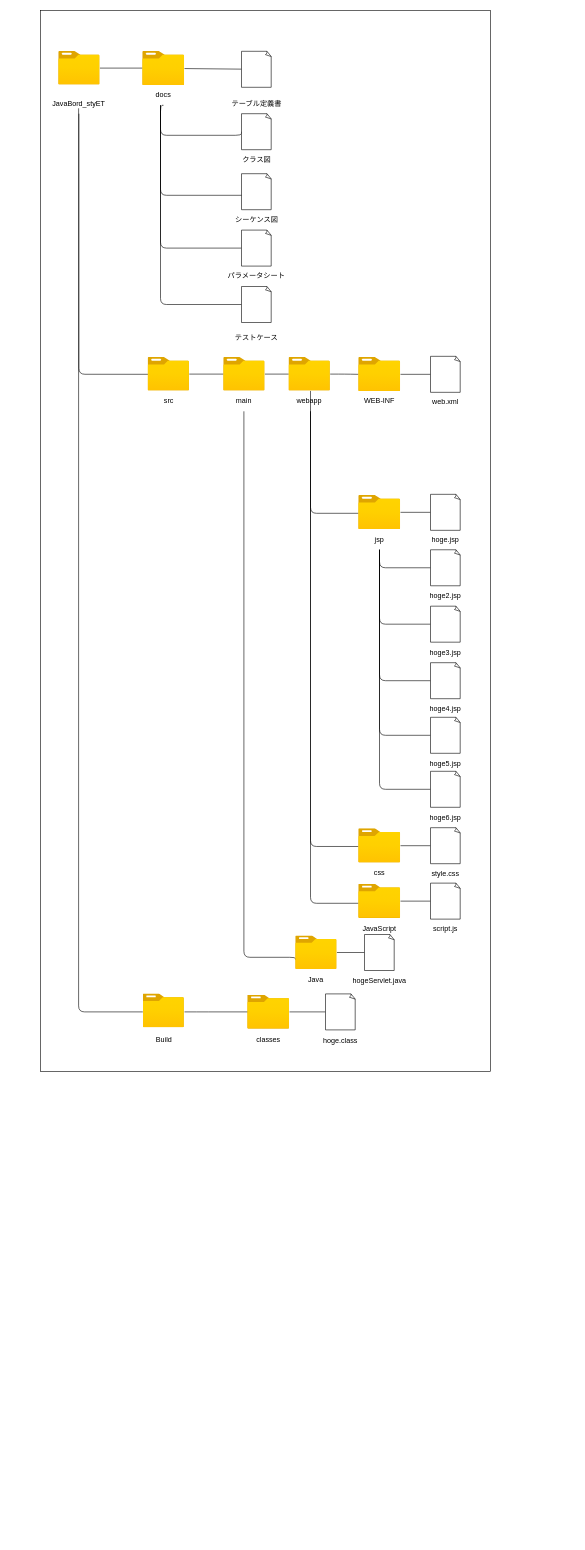
MasayaTakubo/JavaBoard_styET keeps this draw.io diagram as docs/JavaBordディレクトリ構成図.dio. Above is the earlier version. Source tidied: cells renumbered, new cells numbered last; positions are measured from the earlier drawing's top-left corner, leaving out a move shared by most shapes. Both pictures are drawn from the tidied source at 60%, with x=0, y=0 at pixel (40, 10).
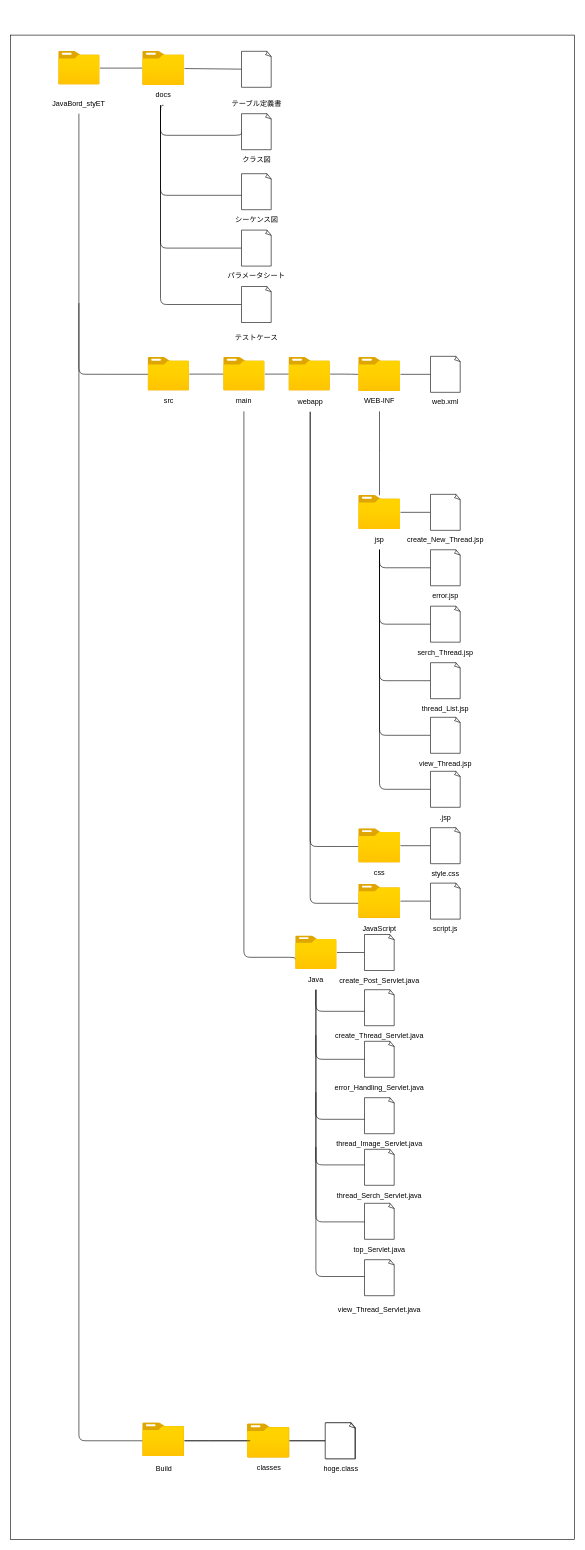
After the change.

Unchanged cells that the change refers to:
```xml
<mxCell id="34" style="html=1;points=[];align=center;image;fontSize=12;image=img/lib/azure2/general/Folder_Blank.svg;" parent="1" vertex="1">
  <mxGeometry x="413.8" y="578" width="69" height="56" as="geometry" />
</mxCell>
<mxCell id="40" value="WEB-INF" style="text;html=1;strokeColor=none;fillColor=none;align=center;verticalAlign=middle;whiteSpace=wrap;rounded=0;" parent="1" vertex="1">
  <mxGeometry x="530" y="634" width="70" height="34" as="geometry" />
</mxCell>
<mxCell id="46" style="html=1;points=[];align=center;image;fontSize=12;image=img/lib/azure2/general/Folder_Blank.svg;" parent="1" vertex="1">
  <mxGeometry x="530" y="808" width="70" height="56.8" as="geometry" />
</mxCell>
<mxCell id="66" style="html=1;points=[];align=center;image;fontSize=12;image=img/lib/azure2/general/Folder_Blank.svg;" parent="1" vertex="1">
  <mxGeometry x="530" y="1363.6" width="70" height="56.8" as="geometry" />
</mxCell>
<mxCell id="71" style="html=1;points=[];align=center;image;fontSize=12;image=img/lib/azure2/general/Folder_Blank.svg;" parent="1" vertex="1">
  <mxGeometry x="530" y="1456" width="70" height="56.8" as="geometry" />
</mxCell>
<mxCell id="77" value="Java" style="text;html=1;strokeColor=none;fillColor=none;align=center;verticalAlign=middle;whiteSpace=wrap;rounded=0;" parent="1" vertex="1">
  <mxGeometry x="424" y="1598" width="70" height="34" as="geometry" />
</mxCell>
```

The edit, as a diff of the source:
```diff
@@
     <mxCell id="2" style="whiteSpace=wrap;html=1;" parent="1" vertex="1">
-      <mxGeometry width="750" height="1768" as="geometry" />
+      <mxGeometry x="-50" y="41" width="940" height="2507" as="geometry" />
     </mxCell>
@@
-    <mxCell id="33" style="edgeStyle=orthogonalEdgeStyle;html=1;entryX=-0.003;entryY=0.523;entryDx=0;entryDy=0;entryPerimeter=0;endArrow=none;endFill=0;" parent="1" edge="1" source="34" target="66">
+    <mxCell id="33" style="edgeStyle=orthogonalEdgeStyle;html=1;entryX=-0.003;entryY=0.523;entryDx=0;entryDy=0;entryPerimeter=0;endArrow=none;endFill=0;startArrow=none;" parent="1" edge="1" source="37" target="66">
       <mxGeometry relative="1" as="geometry">
         <Array as="points">
           <mxPoint x="450" y="1393" />
         </Array>
       </mxGeometry>
     </mxCell>
@@
-    <mxCell id="35" style="edgeStyle=orthogonalEdgeStyle;html=1;endArrow=none;endFill=0;" parent="1" edge="1" source="37" target="46">
+    <mxCell id="35" style="edgeStyle=orthogonalEdgeStyle;html=1;endArrow=none;endFill=0;exitX=0.5;exitY=1;exitDx=0;exitDy=0;" parent="1" edge="1" source="40" target="46">
       <mxGeometry relative="1" as="geometry">
         <Array as="points">
-          <mxPoint x="450" y="838" />
+          <mxPoint x="565" y="728" />
+          <mxPoint x="565" y="728" />
         </Array>
       </mxGeometry>
     </mxCell>
-    <mxCell id="36" style="edgeStyle=orthogonalEdgeStyle;html=1;entryX=0;entryY=0.563;entryDx=0;entryDy=0;entryPerimeter=0;endArrow=none;endFill=0;" parent="1" edge="1" source="37" target="71">
+    <mxCell id="36" style="edgeStyle=orthogonalEdgeStyle;html=1;entryX=0;entryY=0.563;entryDx=0;entryDy=0;entryPerimeter=0;endArrow=none;endFill=0;exitX=0.5;exitY=1;exitDx=0;exitDy=0;" parent="1" edge="1" source="37">
       <mxGeometry relative="1" as="geometry">
+        <mxPoint x="530" y="1488" as="targetPoint" />
         <Array as="points">
+          <mxPoint x="450" y="668" />
           <mxPoint x="450" y="1488" />
         </Array>
       </mxGeometry>
     </mxCell>
-    <mxCell id="37" value="webapp" style="text;html=1;strokeColor=none;fillColor=none;align=center;verticalAlign=middle;whiteSpace=wrap;rounded=0;" parent="1" vertex="1">
-      <mxGeometry x="412.8" y="634" width="70" height="34" as="geometry" />
-    </mxCell>
@@
     <mxCell id="43" value="classes" style="text;html=1;strokeColor=none;fillColor=none;align=center;verticalAlign=middle;whiteSpace=wrap;rounded=0;" parent="1" vertex="1">
-      <mxGeometry x="345" y="1698.2" width="70" height="34" as="geometry" />
+      <mxGeometry x="345.5" y="2412.2" width="70" height="34" as="geometry" />
     </mxCell>
     <mxCell id="44" value="hoge.class" style="text;html=1;strokeColor=none;fillColor=none;align=center;verticalAlign=middle;whiteSpace=wrap;rounded=0;" parent="1" vertex="1">
-      <mxGeometry x="465" y="1699.8" width="70" height="34" as="geometry" />
+      <mxGeometry x="465.5" y="2413.8" width="70" height="34" as="geometry" />
     </mxCell>
@@
-    <mxCell id="54" value="hoge.jsp" style="text;html=1;strokeColor=none;fillColor=none;align=center;verticalAlign=middle;whiteSpace=wrap;rounded=0;" parent="1" vertex="1">
+    <mxCell id="54" value="create_New_Thread.jsp" style="text;html=1;strokeColor=none;fillColor=none;align=center;verticalAlign=middle;whiteSpace=wrap;rounded=0;" parent="1" vertex="1">
       <mxGeometry x="640" y="866.4" width="70" height="34" as="geometry" />
     </mxCell>
@@
-    <mxCell id="56" value="hoge2.jsp" style="text;html=1;strokeColor=none;fillColor=none;align=center;verticalAlign=middle;whiteSpace=wrap;rounded=0;" parent="1" vertex="1">
+    <mxCell id="56" value="error.jsp" style="text;html=1;strokeColor=none;fillColor=none;align=center;verticalAlign=middle;whiteSpace=wrap;rounded=0;" parent="1" vertex="1">
       <mxGeometry x="640" y="958.8" width="70" height="34" as="geometry" />
     </mxCell>
@@
-    <mxCell id="58" value="hoge3.jsp" style="text;html=1;strokeColor=none;fillColor=none;align=center;verticalAlign=middle;whiteSpace=wrap;rounded=0;" parent="1" vertex="1">
+    <mxCell id="58" value="serch_Thread.jsp" style="text;html=1;strokeColor=none;fillColor=none;align=center;verticalAlign=middle;whiteSpace=wrap;rounded=0;" parent="1" vertex="1">
       <mxGeometry x="640" y="1052.8" width="70" height="34" as="geometry" />
     </mxCell>
@@
-    <mxCell id="60" value="hoge4.jsp" style="text;html=1;strokeColor=none;fillColor=none;align=center;verticalAlign=middle;whiteSpace=wrap;rounded=0;" parent="1" vertex="1">
+    <mxCell id="60" value="thread_List.jsp" style="text;html=1;strokeColor=none;fillColor=none;align=center;verticalAlign=middle;whiteSpace=wrap;rounded=0;" parent="1" vertex="1">
       <mxGeometry x="640" y="1147" width="70" height="34" as="geometry" />
     </mxCell>
@@
-    <mxCell id="62" value="hoge5.jsp" style="text;html=1;strokeColor=none;fillColor=none;align=center;verticalAlign=middle;whiteSpace=wrap;rounded=0;" parent="1" vertex="1">
+    <mxCell id="62" value="view_Thread.jsp" style="text;html=1;strokeColor=none;fillColor=none;align=center;verticalAlign=middle;whiteSpace=wrap;rounded=0;" parent="1" vertex="1">
       <mxGeometry x="640" y="1238" width="70" height="34" as="geometry" />
     </mxCell>
@@
-    <mxCell id="64" value="hoge6.jsp" style="text;html=1;strokeColor=none;fillColor=none;align=center;verticalAlign=middle;whiteSpace=wrap;rounded=0;" parent="1" vertex="1">
+    <mxCell id="64" value=".jsp" style="text;html=1;strokeColor=none;fillColor=none;align=center;verticalAlign=middle;whiteSpace=wrap;rounded=0;" parent="1" vertex="1">
       <mxGeometry x="640" y="1328" width="70" height="34" as="geometry" />
     </mxCell>
@@
-    <mxCell id="79" value="hogeServlet.java" style="text;html=1;strokeColor=none;fillColor=none;align=center;verticalAlign=middle;whiteSpace=wrap;rounded=0;" parent="1" vertex="1">
+    <mxCell id="79" value="create_Post_Servlet.java" style="text;html=1;strokeColor=none;fillColor=none;align=center;verticalAlign=middle;whiteSpace=wrap;rounded=0;" parent="1" vertex="1">
       <mxGeometry x="530" y="1600" width="70" height="34" as="geometry" />
     </mxCell>
     <mxCell id="80" style="html=1;align=center;image;fontSize=12;image=img/lib/azure2/general/Folder_Blank.svg;" parent="1" vertex="1">
-      <mxGeometry x="170.5" y="1639" width="69" height="56" as="geometry" />
+      <mxGeometry x="171" y="2353.8" width="69" height="56" as="geometry" />
     </mxCell>
-    <mxCell id="81" style="edgeStyle=orthogonalEdgeStyle;html=1;endArrow=none;endFill=0;" parent="1" edge="1">
+    <mxCell id="81" style="edgeStyle=orthogonalEdgeStyle;html=1;endArrow=none;endFill=0;exitX=0.5;exitY=1;exitDx=0;exitDy=0;" parent="1" edge="1">
       <mxGeometry relative="1" as="geometry">
-        <mxPoint x="63.5" y="163" as="sourcePoint" />
-        <mxPoint x="170.5" y="1669" as="targetPoint" />
+        <mxPoint x="64" y="487.8" as="sourcePoint" />
+        <mxPoint x="171" y="2383.8" as="targetPoint" />
         <Array as="points">
-          <mxPoint x="63.5" y="1669" />
-          <mxPoint x="170.5" y="1669" />
+          <mxPoint x="64" y="2383.8" />
         </Array>
       </mxGeometry>
     </mxCell>
     <mxCell id="82" value="Build" style="text;html=1;strokeColor=none;fillColor=none;align=center;verticalAlign=middle;whiteSpace=wrap;rounded=0;" parent="1" vertex="1">
-      <mxGeometry x="170.5" y="1699" width="70" height="34" as="geometry" />
+      <mxGeometry x="171" y="2413" width="70" height="34" as="geometry" />
     </mxCell>
     <mxCell id="83" style="edgeStyle=orthogonalEdgeStyle;html=1;endArrow=none;endFill=0;" parent="1" edge="1">
       <mxGeometry relative="1" as="geometry">
-        <mxPoint x="240" y="1669" as="sourcePoint" />
-        <mxPoint x="350" y="1669" as="targetPoint" />
+        <mxPoint x="240.5" y="2383.8" as="sourcePoint" />
+        <mxPoint x="350.5" y="2383.8" as="targetPoint" />
         <Array as="points">
-          <mxPoint x="270" y="1668.6" />
+          <mxPoint x="270.5" y="2383.4" />
         </Array>
       </mxGeometry>
     </mxCell>
@@
     <mxCell id="85" style="html=1;points=[];align=center;image;fontSize=12;image=img/lib/azure2/general/Folder_Blank.svg;" parent="1" vertex="1">
-      <mxGeometry x="345" y="1640.6" width="70" height="56.8" as="geometry" />
+      <mxGeometry x="345.5" y="2355.4" width="70" height="56.8" as="geometry" />
     </mxCell>
     <mxCell id="86" style="whiteSpace=wrap;html=1;shape=mxgraph.basic.document;" parent="1" vertex="1">
-      <mxGeometry x="475" y="1639" width="50" height="60" as="geometry" />
+      <mxGeometry x="475.5" y="2353.8" width="50" height="60" as="geometry" />
     </mxCell>
+    <mxCell id="87" style="whiteSpace=wrap;html=1;shape=mxgraph.basic.document;" parent="1" vertex="1">
+      <mxGeometry x="540" y="1632" width="50" height="60" as="geometry" />
+    </mxCell>
+    <mxCell id="88" style="whiteSpace=wrap;html=1;shape=mxgraph.basic.document;" parent="1" vertex="1">
+      <mxGeometry x="540" y="1718" width="50" height="60" as="geometry" />
+    </mxCell>
+    <mxCell id="89" value="create_Thread_Servlet.java" style="text;html=1;strokeColor=none;fillColor=none;align=center;verticalAlign=middle;whiteSpace=wrap;rounded=0;" parent="1" vertex="1">
+      <mxGeometry x="530" y="1692" width="70" height="34" as="geometry" />
+    </mxCell>
+    <mxCell id="90" value="error_Handling_Servlet.java" style="text;html=1;strokeColor=none;fillColor=none;align=center;verticalAlign=middle;whiteSpace=wrap;rounded=0;" parent="1" vertex="1">
+      <mxGeometry x="530" y="1778" width="70" height="34" as="geometry" />
+    </mxCell>
+    <mxCell id="91" style="whiteSpace=wrap;html=1;shape=mxgraph.basic.document;" parent="1" vertex="1">
+      <mxGeometry x="540" y="1812" width="50" height="60" as="geometry" />
+    </mxCell>
+    <mxCell id="92" value="thread_Image_Servlet.java" style="text;html=1;strokeColor=none;fillColor=none;align=center;verticalAlign=middle;whiteSpace=wrap;rounded=0;" parent="1" vertex="1">
+      <mxGeometry x="530" y="1872" width="70" height="34" as="geometry" />
+    </mxCell>
+    <mxCell id="93" style="whiteSpace=wrap;html=1;shape=mxgraph.basic.document;" parent="1" vertex="1">
+      <mxGeometry x="540" y="1898" width="50" height="60" as="geometry" />
+    </mxCell>
+    <mxCell id="94" value="thread_Serch_Servlet.java" style="text;html=1;strokeColor=none;fillColor=none;align=center;verticalAlign=middle;whiteSpace=wrap;rounded=0;" parent="1" vertex="1">
+      <mxGeometry x="530" y="1958" width="70" height="34" as="geometry" />
+    </mxCell>
+    <mxCell id="95" style="whiteSpace=wrap;html=1;shape=mxgraph.basic.document;" parent="1" vertex="1">
+      <mxGeometry x="540" y="1988" width="50" height="60" as="geometry" />
+    </mxCell>
+    <mxCell id="96" value="top_Servlet.java" style="text;html=1;strokeColor=none;fillColor=none;align=center;verticalAlign=middle;whiteSpace=wrap;rounded=0;" parent="1" vertex="1">
+      <mxGeometry x="530" y="2048" width="70" height="34" as="geometry" />
+    </mxCell>
+    <mxCell id="97" style="whiteSpace=wrap;html=1;shape=mxgraph.basic.document;" parent="1" vertex="1">
+      <mxGeometry x="540" y="2082" width="50" height="60" as="geometry" />
+    </mxCell>
+    <mxCell id="98" value="view_Thread_Servlet.java" style="text;html=1;strokeColor=none;fillColor=none;align=center;verticalAlign=middle;whiteSpace=wrap;rounded=0;" parent="1" vertex="1">
+      <mxGeometry x="530" y="2148" width="70" height="34" as="geometry" />
+    </mxCell>
+    <mxCell id="99" style="edgeStyle=orthogonalEdgeStyle;html=1;exitX=0.5;exitY=1;exitDx=0;exitDy=0;endArrow=none;endFill=0;" parent="1" edge="1" source="77">
+      <mxGeometry relative="1" as="geometry">
+        <mxPoint x="540" y="1668" as="targetPoint" />
+        <Array as="points">
+          <mxPoint x="459" y="1668" />
+        </Array>
+      </mxGeometry>
+    </mxCell>
+    <mxCell id="100" style="edgeStyle=orthogonalEdgeStyle;html=1;exitX=0.5;exitY=1;exitDx=0;exitDy=0;endArrow=none;endFill=0;" parent="1" edge="1" source="77">
+      <mxGeometry relative="1" as="geometry">
+        <mxPoint x="540" y="1748" as="targetPoint" />
+        <Array as="points">
+          <mxPoint x="459" y="1748" />
+          <mxPoint x="540" y="1748" />
+        </Array>
+      </mxGeometry>
+    </mxCell>
+    <mxCell id="101" style="edgeStyle=orthogonalEdgeStyle;html=1;exitX=0.5;exitY=1;exitDx=0;exitDy=0;endArrow=none;endFill=0;" parent="1" edge="1" source="77">
+      <mxGeometry relative="1" as="geometry">
+        <mxPoint x="540" y="1848" as="targetPoint" />
+        <Array as="points">
+          <mxPoint x="459" y="1848" />
+        </Array>
+      </mxGeometry>
+    </mxCell>
+    <mxCell id="102" style="edgeStyle=orthogonalEdgeStyle;html=1;exitX=0.5;exitY=1;exitDx=0;exitDy=0;endArrow=none;endFill=0;" parent="1" edge="1">
+      <mxGeometry relative="1" as="geometry">
+        <mxPoint x="459" y="1708" as="sourcePoint" />
+        <mxPoint x="540" y="1924" as="targetPoint" />
+        <Array as="points">
+          <mxPoint x="459" y="1924" />
+        </Array>
+      </mxGeometry>
+    </mxCell>
+    <mxCell id="103" style="edgeStyle=orthogonalEdgeStyle;html=1;exitX=0.5;exitY=1;exitDx=0;exitDy=0;endArrow=none;endFill=0;" parent="1" edge="1">
+      <mxGeometry relative="1" as="geometry">
+        <mxPoint x="459" y="1803" as="sourcePoint" />
+        <mxPoint x="540" y="2019" as="targetPoint" />
+        <Array as="points">
+          <mxPoint x="459" y="2019" />
+        </Array>
+      </mxGeometry>
+    </mxCell>
+    <mxCell id="104" style="edgeStyle=orthogonalEdgeStyle;html=1;exitX=0.5;exitY=1;exitDx=0;exitDy=0;endArrow=none;endFill=0;" parent="1" edge="1">
+      <mxGeometry relative="1" as="geometry">
+        <mxPoint x="459" y="1894" as="sourcePoint" />
+        <mxPoint x="540" y="2110" as="targetPoint" />
+        <Array as="points">
+          <mxPoint x="459" y="2110" />
+        </Array>
+      </mxGeometry>
+    </mxCell>
+    <mxCell id="105" style="whiteSpace=wrap;html=1;shape=mxgraph.basic.document;" parent="1" vertex="1">
+      <mxGeometry x="474.5" y="2353.8" width="50" height="60" as="geometry" />
+    </mxCell>
+    <mxCell id="106" style="edgeStyle=orthogonalEdgeStyle;html=1;endArrow=none;endFill=0;" parent="1" edge="1" source="107" target="105">
+      <mxGeometry relative="1" as="geometry" />
+    </mxCell>
+    <mxCell id="107" style="html=1;points=[];align=center;image;fontSize=12;image=img/lib/azure2/general/Folder_Blank.svg;" parent="1" vertex="1">
+      <mxGeometry x="344.5" y="2355.4" width="70" height="56.8" as="geometry" />
+    </mxCell>
+    <mxCell id="108" style="edgeStyle=orthogonalEdgeStyle;html=1;endArrow=none;endFill=0;" parent="1" edge="1">
+      <mxGeometry relative="1" as="geometry">
+        <mxPoint x="239.5" y="2383.8" as="sourcePoint" />
+        <mxPoint x="349.5" y="2383.8" as="targetPoint" />
+        <Array as="points">
+          <mxPoint x="269.5" y="2383.4" />
+        </Array>
+      </mxGeometry>
+    </mxCell>
+    <mxCell id="109" style="html=1;align=center;image;fontSize=12;image=img/lib/azure2/general/Folder_Blank.svg;" parent="1" vertex="1">
+      <mxGeometry x="170" y="2353.8" width="69" height="56" as="geometry" />
+    </mxCell>
+    <mxCell id="37" value="webapp" style="text;html=1;strokeColor=none;fillColor=none;align=center;verticalAlign=middle;whiteSpace=wrap;rounded=0;" parent="1" vertex="1">
+      <mxGeometry x="414.5" y="634.8" width="70" height="34" as="geometry" />
+    </mxCell>
```
